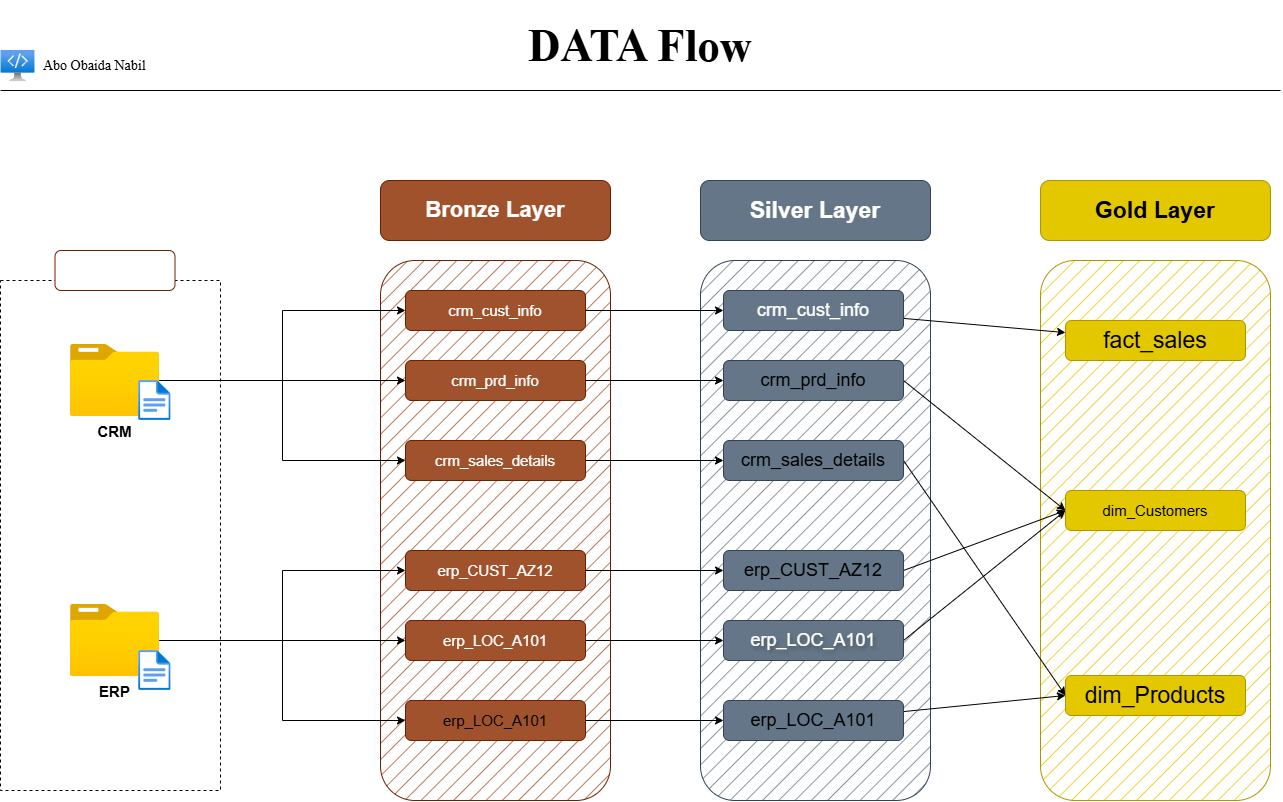
Before: docs/Data Flow.png, a diagram exported from draw.io (Abobaida/SQL-Data-Warehouse-Project). Source tidied: cells renumbered, new cells last; positions are measured from the earlier drawing's top-left corner, leaving out a move shared by most shapes.
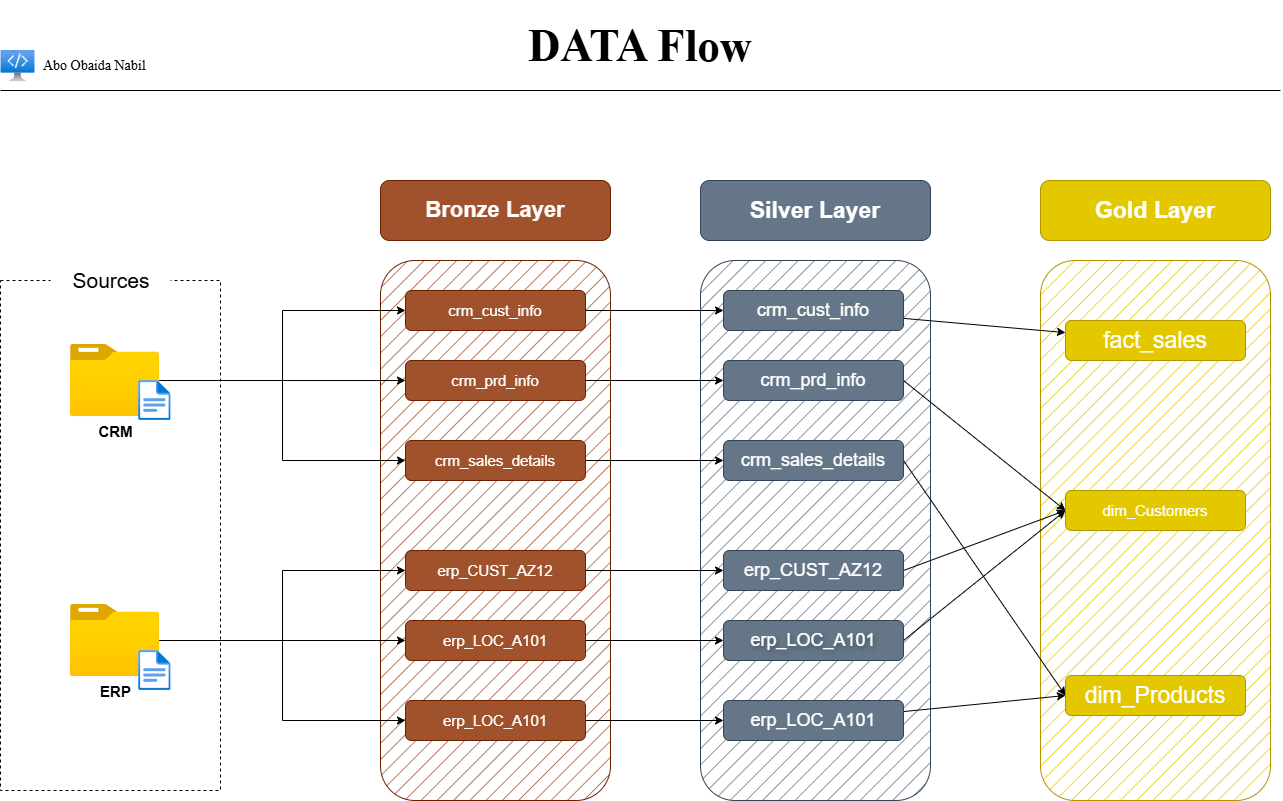
Above is the later version.

What changed in the source:
```diff
@@ -14,7 +14,7 @@
     <mxCell id="5" style="rounded=1;whiteSpace=wrap;html=1;roundedPerimeter=1;fillColor=#647687;fontColor=#ffffff;strokeColor=#314354;fillStyle=hatch;" parent="1" vertex="1">
       <mxGeometry x="700" y="260" width="230" height="540" as="geometry" />
     </mxCell>
-    <mxCell id="6" value="&lt;b&gt;&lt;font style=&quot;font-size: 23px;&quot;&gt;Gold Layer&lt;/font&gt;&lt;/b&gt;" style="rounded=1;whiteSpace=wrap;html=1;roundedPerimeter=1;fillColor=#e3c800;fontColor=#000000;strokeColor=#B09500;" parent="1" vertex="1">
+    <mxCell id="6" value="&lt;b&gt;&lt;font style=&quot;font-size: 23px;&quot;&gt;Gold Layer&lt;/font&gt;&lt;/b&gt;" style="rounded=1;whiteSpace=wrap;html=1;roundedPerimeter=1;fillColor=#e3c800;fontColor=#FFFFFF;strokeColor=#B09500;" parent="1" vertex="1">
       <mxGeometry x="1040" y="180" width="230" height="60" as="geometry" />
     </mxCell>
     <mxCell id="7" style="rounded=1;whiteSpace=wrap;html=1;roundedPerimeter=1;fillColor=#e3c800;fontColor=#000000;strokeColor=#B09500;fillStyle=hatch;" parent="1" vertex="1">
@@ -53,7 +53,7 @@
     <mxCell id="18" style="edgeStyle=orthogonalEdgeStyle;rounded=0;jettySize=auto;html=1;" parent="1" edge="1" source="19" target="31">
       <mxGeometry relative="1" as="geometry" />
     </mxCell>
-    <mxCell id="19" value="&lt;span style=&quot;font-family: Helvetica; font-size: 15px; font-style: normal; font-variant-ligatures: normal; font-variant-caps: normal; font-weight: 400; letter-spacing: normal; orphans: 2; text-align: center; text-indent: 0px; text-transform: none; widows: 2; word-spacing: 0px; -webkit-text-stroke-width: 0px; white-space: normal; text-decoration-thickness: initial; text-decoration-style: initial; text-decoration-color: initial; float: none; display: inline !important;&quot;&gt;erp_LOC_A101&lt;/span&gt;" style="rounded=1;whiteSpace=wrap;html=1;roundedPerimeter=1;fillColor=#a0522d;fontColor=default;strokeColor=#6D1F00;fontSize=15;labelBackgroundColor=none;" parent="1" vertex="1">
+    <mxCell id="19" value="&lt;span style=&quot;font-family: Helvetica; font-size: 15px; font-style: normal; font-variant-ligatures: normal; font-variant-caps: normal; font-weight: 400; letter-spacing: normal; orphans: 2; text-align: center; text-indent: 0px; text-transform: none; widows: 2; word-spacing: 0px; -webkit-text-stroke-width: 0px; white-space: normal; text-decoration-thickness: initial; text-decoration-style: initial; text-decoration-color: initial; float: none; display: inline !important;&quot;&gt;erp_LOC_A101&lt;/span&gt;" style="rounded=1;whiteSpace=wrap;html=1;roundedPerimeter=1;fillColor=#a0522d;fontColor=#FFFFFF;strokeColor=#6D1F00;fontSize=15;labelBackgroundColor=none;" parent="1" vertex="1">
       <mxGeometry x="405" y="700" width="180" height="40" as="geometry" />
     </mxCell>
     <mxCell id="20" style="rounded=0;jettySize=auto;html=1;curved=1;curveGeometry=1;" parent="1" edge="1" source="21" target="32">
@@ -65,19 +65,19 @@
     <mxCell id="22" style="rounded=0;jettySize=auto;html=1;entryX=0;entryY=0.5;entryDx=0;entryDy=0;curved=1;curveGeometry=1;exitX=1;exitY=0.5;exitDx=0;exitDy=0;" parent="1" edge="1" source="23" target="33">
       <mxGeometry relative="1" as="geometry" />
     </mxCell>
-    <mxCell id="23" value="&lt;span style=&quot;font-family: Helvetica; font-size: 18px; font-style: normal; font-variant-ligatures: normal; font-variant-caps: normal; font-weight: 400; letter-spacing: normal; orphans: 2; text-align: center; text-indent: 0px; text-transform: none; widows: 2; word-spacing: 0px; -webkit-text-stroke-width: 0px; white-space: normal; text-decoration-thickness: initial; text-decoration-style: initial; text-decoration-color: initial; float: none; display: inline !important;&quot;&gt;crm_prd_info&lt;/span&gt;" style="rounded=1;whiteSpace=wrap;html=1;roundedPerimeter=1;fillColor=#647687;fontColor=default;strokeColor=#314354;labelBackgroundColor=none;fontSize=15;" parent="1" vertex="1">
+    <mxCell id="23" value="&lt;span style=&quot;font-family: Helvetica; font-size: 18px; font-style: normal; font-variant-ligatures: normal; font-variant-caps: normal; font-weight: 400; letter-spacing: normal; orphans: 2; text-align: center; text-indent: 0px; text-transform: none; widows: 2; word-spacing: 0px; -webkit-text-stroke-width: 0px; white-space: normal; text-decoration-thickness: initial; text-decoration-style: initial; text-decoration-color: initial; float: none; display: inline !important;&quot;&gt;crm_prd_info&lt;/span&gt;" style="rounded=1;whiteSpace=wrap;html=1;roundedPerimeter=1;fillColor=#647687;fontColor=#FFFFFF;strokeColor=#314354;labelBackgroundColor=none;fontSize=15;" parent="1" vertex="1">
       <mxGeometry x="723" y="360" width="180" height="40" as="geometry" />
     </mxCell>
     <mxCell id="24" style="rounded=0;jettySize=auto;html=1;entryX=0;entryY=0.5;entryDx=0;entryDy=0;curved=1;curveGeometry=1;exitX=1;exitY=0.5;exitDx=0;exitDy=0;" parent="1" edge="1" source="25" target="34">
       <mxGeometry relative="1" as="geometry" />
     </mxCell>
-    <mxCell id="25" value="&lt;span style=&quot;font-family: Helvetica; font-size: 18px; font-style: normal; font-variant-ligatures: normal; font-variant-caps: normal; font-weight: 400; letter-spacing: normal; orphans: 2; text-align: center; text-indent: 0px; text-transform: none; widows: 2; word-spacing: 0px; -webkit-text-stroke-width: 0px; white-space: normal; text-decoration-thickness: initial; text-decoration-style: initial; text-decoration-color: initial; float: none; display: inline !important;&quot;&gt;crm_sales_details&lt;/span&gt;" style="rounded=1;whiteSpace=wrap;html=1;roundedPerimeter=1;fillColor=#647687;fontColor=default;strokeColor=#314354;labelBackgroundColor=none;fontSize=15;" parent="1" vertex="1">
+    <mxCell id="25" value="&lt;span style=&quot;font-family: Helvetica; font-size: 18px; font-style: normal; font-variant-ligatures: normal; font-variant-caps: normal; font-weight: 400; letter-spacing: normal; orphans: 2; text-align: center; text-indent: 0px; text-transform: none; widows: 2; word-spacing: 0px; -webkit-text-stroke-width: 0px; white-space: normal; text-decoration-thickness: initial; text-decoration-style: initial; text-decoration-color: initial; float: none; display: inline !important;&quot;&gt;crm_sales_details&lt;/span&gt;" style="rounded=1;whiteSpace=wrap;html=1;roundedPerimeter=1;fillColor=#647687;fontColor=#FFFFFF;strokeColor=#314354;labelBackgroundColor=none;fontSize=15;" parent="1" vertex="1">
       <mxGeometry x="723" y="440" width="180" height="40" as="geometry" />
     </mxCell>
     <mxCell id="26" style="rounded=0;jettySize=auto;html=1;entryX=0;entryY=0.5;entryDx=0;entryDy=0;curved=1;curveGeometry=1;exitX=1;exitY=0.5;exitDx=0;exitDy=0;" parent="1" edge="1" source="27" target="33">
       <mxGeometry relative="1" as="geometry" />
     </mxCell>
-    <mxCell id="27" value="&lt;span style=&quot;font-family: Helvetica; font-size: 18px; font-style: normal; font-variant-ligatures: normal; font-variant-caps: normal; font-weight: 400; letter-spacing: normal; orphans: 2; text-align: center; text-indent: 0px; text-transform: none; widows: 2; word-spacing: 0px; -webkit-text-stroke-width: 0px; white-space: normal; text-decoration-thickness: initial; text-decoration-style: initial; text-decoration-color: initial; float: none; display: inline !important;&quot;&gt;erp_CUST_AZ12&lt;/span&gt;" style="rounded=1;whiteSpace=wrap;html=1;roundedPerimeter=1;fillColor=#647687;fontColor=default;strokeColor=#314354;labelBackgroundColor=none;fontSize=15;" parent="1" vertex="1">
+    <mxCell id="27" value="&lt;span style=&quot;font-family: Helvetica; font-size: 18px; font-style: normal; font-variant-ligatures: normal; font-variant-caps: normal; font-weight: 400; letter-spacing: normal; orphans: 2; text-align: center; text-indent: 0px; text-transform: none; widows: 2; word-spacing: 0px; -webkit-text-stroke-width: 0px; white-space: normal; text-decoration-thickness: initial; text-decoration-style: initial; text-decoration-color: initial; float: none; display: inline !important;&quot;&gt;erp_CUST_AZ12&lt;/span&gt;" style="rounded=1;whiteSpace=wrap;html=1;roundedPerimeter=1;fillColor=#647687;fontColor=#FFFFFF;strokeColor=#314354;labelBackgroundColor=none;fontSize=15;" parent="1" vertex="1">
       <mxGeometry x="723" y="550" width="180" height="40" as="geometry" />
     </mxCell>
     <mxCell id="28" style="rounded=0;jettySize=auto;html=1;entryX=0;entryY=0.5;entryDx=0;entryDy=0;curved=1;curveGeometry=1;exitX=1;exitY=0.5;exitDx=0;exitDy=0;" parent="1" edge="1" source="29" target="33">
@@ -89,23 +89,23 @@
     <mxCell id="30" style="rounded=0;jettySize=auto;html=1;entryX=0;entryY=0.5;entryDx=0;entryDy=0;curved=1;curveGeometry=1;" parent="1" edge="1" source="31" target="34">
       <mxGeometry relative="1" as="geometry" />
     </mxCell>
-    <mxCell id="31" value="&lt;span style=&quot;font-family: Helvetica; font-size: 18px; font-style: normal; font-variant-ligatures: normal; font-variant-caps: normal; font-weight: 400; letter-spacing: normal; orphans: 2; text-align: center; text-indent: 0px; text-transform: none; widows: 2; word-spacing: 0px; -webkit-text-stroke-width: 0px; white-space: normal; text-decoration-thickness: initial; text-decoration-style: initial; text-decoration-color: initial; float: none; display: inline !important;&quot;&gt;erp_LOC_A101&lt;/span&gt;" style="rounded=1;whiteSpace=wrap;html=1;roundedPerimeter=1;fillColor=#647687;fontColor=default;strokeColor=#314354;labelBackgroundColor=none;fontSize=15;" parent="1" vertex="1">
+    <mxCell id="31" value="&lt;span style=&quot;font-family: Helvetica; font-size: 18px; font-style: normal; font-variant-ligatures: normal; font-variant-caps: normal; font-weight: 400; letter-spacing: normal; orphans: 2; text-align: center; text-indent: 0px; text-transform: none; widows: 2; word-spacing: 0px; -webkit-text-stroke-width: 0px; white-space: normal; text-decoration-thickness: initial; text-decoration-style: initial; text-decoration-color: initial; float: none; display: inline !important;&quot;&gt;erp_LOC_A101&lt;/span&gt;" style="rounded=1;whiteSpace=wrap;html=1;roundedPerimeter=1;fillColor=#647687;fontColor=#FFFFFF;strokeColor=#314354;labelBackgroundColor=none;fontSize=15;" parent="1" vertex="1">
       <mxGeometry x="723" y="700" width="180" height="40" as="geometry" />
     </mxCell>
-    <mxCell id="32" value="&lt;font style=&quot;font-size: 23px;&quot;&gt;fact_sales&lt;/font&gt;" style="rounded=1;whiteSpace=wrap;html=1;roundedPerimeter=1;fillColor=#e3c800;fontColor=#000000;strokeColor=#B09500;fontSize=15;" parent="1" vertex="1">
+    <mxCell id="32" value="&lt;font style=&quot;font-size: 23px;&quot;&gt;fact_sales&lt;/font&gt;" style="rounded=1;whiteSpace=wrap;html=1;roundedPerimeter=1;fillColor=#e3c800;fontColor=#FFFFFF;strokeColor=#B09500;fontSize=15;" parent="1" vertex="1">
       <mxGeometry x="1065" y="320" width="180" height="40" as="geometry" />
     </mxCell>
-    <mxCell id="33" value="dim_Customers" style="rounded=1;whiteSpace=wrap;html=1;roundedPerimeter=1;fillColor=#e3c800;fontColor=#000000;strokeColor=#B09500;fontSize=15;" parent="1" vertex="1">
+    <mxCell id="33" value="dim_Customers" style="rounded=1;whiteSpace=wrap;html=1;roundedPerimeter=1;fillColor=#e3c800;fontColor=#FFFFFF;strokeColor=#B09500;fontSize=15;" parent="1" vertex="1">
       <mxGeometry x="1065" y="490" width="180" height="40" as="geometry" />
     </mxCell>
-    <mxCell id="34" value="&lt;font style=&quot;font-size: 23px;&quot;&gt;dim_Products&lt;/font&gt;" style="rounded=1;whiteSpace=wrap;html=1;roundedPerimeter=1;fillColor=#e3c800;fontColor=#000000;strokeColor=#B09500;fontSize=15;" parent="1" vertex="1">
+    <mxCell id="34" value="&lt;font style=&quot;font-size: 23px;&quot;&gt;dim_Products&lt;/font&gt;" style="rounded=1;whiteSpace=wrap;html=1;roundedPerimeter=1;fillColor=#e3c800;fontColor=#FFFFFF;strokeColor=#B09500;fontSize=15;" parent="1" vertex="1">
       <mxGeometry x="1065" y="675" width="180" height="40" as="geometry" />
     </mxCell>
     <mxCell id="35" style="rounded=0;whiteSpace=wrap;html=1;dashed=1;fillColor=none;" parent="1" vertex="1">
       <mxGeometry y="280" width="220" height="510" as="geometry" />
     </mxCell>
-    <mxCell id="36" value="Sources" style="rounded=1;whiteSpace=wrap;html=1;roundedPerimeter=1;fillColor=light-dark(#FFFFFF,#FFFFFF);fontColor=light-dark(#FFFFFF,#000000);strokeColor=light-dark(#6D1F00,#FFFFFF);labelBackgroundColor=none;fontSize=21;" parent="1" vertex="1">
-      <mxGeometry x="54.5" y="250" width="120" height="40" as="geometry" />
+    <mxCell id="36" value="Sources" style="rounded=1;whiteSpace=wrap;html=1;roundedPerimeter=1;fillColor=default;fontColor=light-dark(#000000,#000000);strokeColor=none;labelBackgroundColor=none;fontSize=21;" parent="1" vertex="1">
+      <mxGeometry x="50.6" y="260" width="120" height="40" as="geometry" />
     </mxCell>
     <mxCell id="37" style="edgeStyle=orthogonalEdgeStyle;rounded=0;jettySize=auto;html=1;entryX=0;entryY=0.5;entryDx=0;entryDy=0;" parent="1" edge="1" source="40" target="9">
       <mxGeometry relative="1" as="geometry" />
```
